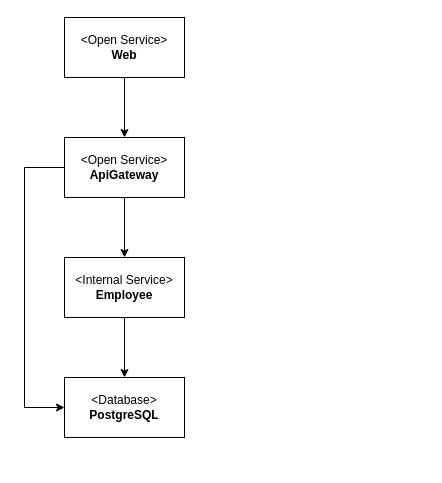
Above: docs/architecture.drawio in IrusHunter/duckademic (draw.io), before the change. Source tidied: cells renumbered, new cells numbered last; positions are measured from the earlier drawing's top-left corner, leaving out a move shared by most shapes. Both pictures are drawn from the tidied source at 100%, with x=0, y=0 at pixel (24, 17).
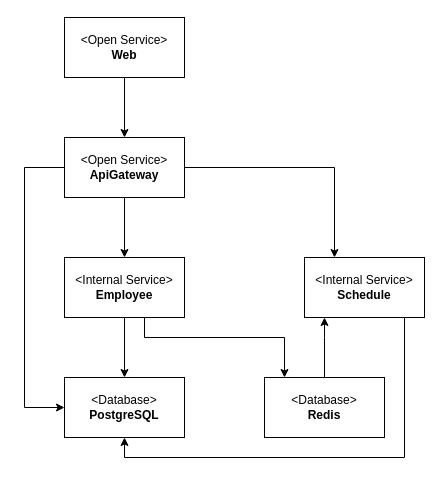
Above is the later version.

The change refers to these unchanged cells:
```xml
<mxCell id="7" value="&amp;lt;Open Service&amp;gt;&lt;div&gt;&lt;b&gt;ApiGateway&lt;/b&gt;&lt;/div&gt;" style="html=1;whiteSpace=wrap;" parent="1" vertex="1">
  <mxGeometry x="40" y="120" width="120" height="60" as="geometry" />
</mxCell>
<mxCell id="9" value="&amp;lt;Internal Service&amp;gt;&lt;div&gt;&lt;b&gt;Employee&lt;/b&gt;&lt;/div&gt;" style="html=1;whiteSpace=wrap;" parent="1" vertex="1">
  <mxGeometry x="40" y="240" width="120" height="60" as="geometry" />
</mxCell>
<mxCell id="10" value="&amp;lt;Database&amp;gt;&lt;div&gt;&lt;b&gt;PostgreSQL&lt;/b&gt;&lt;/div&gt;" style="html=1;whiteSpace=wrap;" parent="1" vertex="1">
  <mxGeometry x="40" y="360" width="120" height="60" as="geometry" />
</mxCell>
```

Diff of the diagram source:
```diff
@@
+    <mxCell id="11" value="&amp;lt;Internal Service&amp;gt;&lt;div&gt;&lt;b&gt;Schedule&lt;/b&gt;&lt;/div&gt;" style="html=1;whiteSpace=wrap;" parent="1" vertex="1">
+      <mxGeometry x="280" y="240" width="120" height="60" as="geometry" />
+    </mxCell>
+    <mxCell id="12" value="&amp;lt;Database&amp;gt;&lt;div&gt;&lt;b&gt;Redis&lt;/b&gt;&lt;/div&gt;" style="html=1;whiteSpace=wrap;" parent="1" vertex="1">
+      <mxGeometry x="240" y="360" width="120" height="60" as="geometry" />
+    </mxCell>
+    <mxCell id="13" style="edgeStyle=orthogonalEdgeStyle;html=1;rounded=0;curved=0;" parent="1" edge="1" source="12" target="11">
+      <mxGeometry relative="1" as="geometry">
+        <Array as="points">
+          <mxPoint x="300" y="320" />
+          <mxPoint x="300" y="320" />
+        </Array>
+      </mxGeometry>
+    </mxCell>
+    <mxCell id="14" style="edgeStyle=orthogonalEdgeStyle;html=1;rounded=0;curved=0;" parent="1" edge="1" source="9" target="12">
+      <mxGeometry relative="1" as="geometry">
+        <Array as="points">
+          <mxPoint x="120" y="320" />
+          <mxPoint x="260" y="320" />
+        </Array>
+      </mxGeometry>
+    </mxCell>
+    <mxCell id="15" style="edgeStyle=orthogonalEdgeStyle;html=1;rounded=0;curved=0;" parent="1" edge="1" source="7" target="11">
+      <mxGeometry relative="1" as="geometry">
+        <Array as="points">
+          <mxPoint x="310" y="150" />
+        </Array>
+      </mxGeometry>
+    </mxCell>
+    <mxCell id="16" style="edgeStyle=orthogonalEdgeStyle;html=1;rounded=0;curved=0;" parent="1" edge="1" source="11" target="10">
+      <mxGeometry relative="1" as="geometry">
+        <Array as="points">
+          <mxPoint x="380" y="440" />
+          <mxPoint x="100" y="440" />
+        </Array>
+      </mxGeometry>
+    </mxCell>
```
